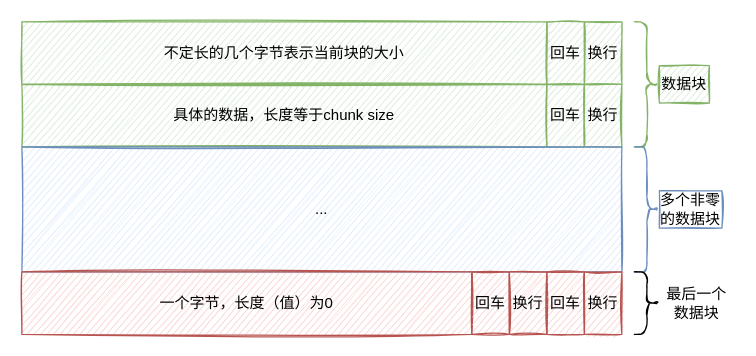
Earlier version of the draw.io diagram ck http chunk data.drawio (leonce28/draw-io-img). Source tidied: cells renumbered, new cells numbered last; positions are measured from the earlier drawing's top-left corner, leaving out a move shared by most shapes. Both pictures are drawn from the tidied source at 125%, with x=0, y=0 at pixel (21, 21).
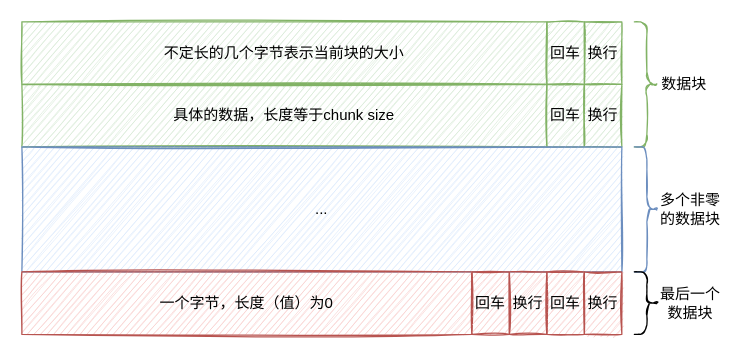
Above is the later version.

The edit, as a diff of the source:
```diff
@@
 <mxGraphModel>
   <root>
     <mxCell id="0" />
     <mxCell id="1" parent="0" />
     <mxCell id="2" value="不定长的几个字节表示当前块的大小" style="rounded=0;whiteSpace=wrap;html=1;fillStyle=auto;fillColor=#d5e8d4;gradientDirection=north;sketch=1;strokeColor=#82b366;" parent="1" vertex="1">
       <mxGeometry width="420" height="50" as="geometry" />
     </mxCell>
     <mxCell id="3" value="具体的数据，长度等于chunk size" style="rounded=0;whiteSpace=wrap;html=1;fillStyle=auto;fillColor=#d5e8d4;gradientDirection=north;sketch=1;strokeColor=#82b366;" parent="1" vertex="1">
       <mxGeometry y="50" width="420" height="50" as="geometry" />
     </mxCell>
     <mxCell id="4" value="回车" style="rounded=0;whiteSpace=wrap;html=1;fillStyle=auto;fillColor=#d5e8d4;gradientDirection=north;sketch=1;strokeColor=#82b366;" parent="1" vertex="1">
       <mxGeometry x="420" y="50" width="30" height="50" as="geometry" />
     </mxCell>
     <mxCell id="5" value="换行" style="rounded=0;whiteSpace=wrap;html=1;fillStyle=auto;fillColor=#d5e8d4;gradientDirection=north;sketch=1;strokeColor=#82b366;" parent="1" vertex="1">
       <mxGeometry x="450" y="50" width="30" height="50" as="geometry" />
     </mxCell>
     <mxCell id="6" value="..." style="rounded=0;whiteSpace=wrap;html=1;fillStyle=auto;fillColor=#dae8fc;gradientDirection=north;sketch=1;strokeColor=#6c8ebf;" parent="1" vertex="1">
       <mxGeometry y="100" width="480" height="100" as="geometry" />
     </mxCell>
     <mxCell id="7" value="回车" style="rounded=0;whiteSpace=wrap;html=1;fillStyle=auto;fillColor=#d5e8d4;gradientDirection=north;sketch=1;strokeColor=#82b366;" parent="1" vertex="1">
       <mxGeometry x="420" width="30" height="50" as="geometry" />
     </mxCell>
     <mxCell id="8" value="换行" style="rounded=0;whiteSpace=wrap;html=1;fillStyle=auto;fillColor=#d5e8d4;gradientDirection=north;sketch=1;strokeColor=#82b366;" parent="1" vertex="1">
       <mxGeometry x="450" width="30" height="50" as="geometry" />
     </mxCell>
     <mxCell id="9" value="一个字节，长度（值）为0" style="rounded=0;whiteSpace=wrap;html=1;fillStyle=auto;fillColor=#f8cecc;gradientDirection=north;sketch=1;strokeColor=#b85450;" parent="1" vertex="1">
       <mxGeometry y="200" width="360" height="50" as="geometry" />
     </mxCell>
     <mxCell id="10" value="回车" style="rounded=0;whiteSpace=wrap;html=1;fillStyle=auto;fillColor=#f8cecc;gradientDirection=north;sketch=1;strokeColor=#b85450;" parent="1" vertex="1">
       <mxGeometry x="420" y="200" width="30" height="50" as="geometry" />
     </mxCell>
     <mxCell id="11" value="换行" style="rounded=0;whiteSpace=wrap;html=1;fillStyle=auto;fillColor=#f8cecc;gradientDirection=north;sketch=1;strokeColor=#b85450;" parent="1" vertex="1">
       <mxGeometry x="450" y="200" width="30" height="50" as="geometry" />
     </mxCell>
     <mxCell id="12" value="回车" style="rounded=0;whiteSpace=wrap;html=1;fillStyle=auto;fillColor=#f8cecc;gradientDirection=north;sketch=1;strokeColor=#b85450;" parent="1" vertex="1">
       <mxGeometry x="360" y="200" width="30" height="50" as="geometry" />
     </mxCell>
     <mxCell id="13" value="换行" style="rounded=0;whiteSpace=wrap;html=1;fillStyle=auto;fillColor=#f8cecc;gradientDirection=north;sketch=1;strokeColor=#b85450;" parent="1" vertex="1">
       <mxGeometry x="390" y="200" width="30" height="50" as="geometry" />
     </mxCell>
     <mxCell id="14" style="shape=curlyBracket;whiteSpace=wrap;html=1;rounded=1;flipH=1;sketch=1;fillColor=#d5e8d4;strokeColor=#82b366;" parent="1" vertex="1">
       <mxGeometry x="490" width="20" height="100" as="geometry" />
     </mxCell>
-    <mxCell id="15" value="数据块" style="text;html=1;strokeColor=#82b366;fillColor=#d5e8d4;align=center;verticalAlign=middle;whiteSpace=wrap;rounded=0;sketch=1;" parent="1" vertex="1">
+    <mxCell id="15" value="数据块" style="text;html=1;strokeColor=none;fillColor=none;align=center;verticalAlign=middle;whiteSpace=wrap;rounded=0;sketch=1;" parent="1" vertex="1">
       <mxGeometry x="510" y="35" width="40" height="30" as="geometry" />
     </mxCell>
     <mxCell id="16" style="shape=curlyBracket;whiteSpace=wrap;html=1;rounded=1;flipH=1;sketch=1;fillColor=#dae8fc;strokeColor=#6c8ebf;" parent="1" vertex="1">
       <mxGeometry x="490" y="100" width="20" height="100" as="geometry" />
     </mxCell>
-    <mxCell id="17" value="多个非零&lt;br&gt;的数据块" style="text;html=1;strokeColor=#6c8ebf;fillColor=none;align=center;verticalAlign=middle;whiteSpace=wrap;rounded=0;sketch=1;" parent="1" vertex="1">
+    <mxCell id="17" value="多个非零&lt;br&gt;的数据块" style="text;html=1;strokeColor=none;fillColor=none;align=center;verticalAlign=middle;whiteSpace=wrap;rounded=0;sketch=1;" parent="1" vertex="1">
       <mxGeometry x="510" y="135" width="50" height="30" as="geometry" />
     </mxCell>
     <mxCell id="18" style="shape=curlyBracket;whiteSpace=wrap;html=1;rounded=1;flipH=1;sketch=1;fillColor=default;gradientColor=none;" parent="1" vertex="1">
       <mxGeometry x="490" y="200" width="20" height="50" as="geometry" />
     </mxCell>
     <mxCell id="19" value="最后一个&lt;br&gt;数据块" style="text;html=1;strokeColor=none;fillColor=none;align=center;verticalAlign=middle;whiteSpace=wrap;rounded=0;sketch=1;" parent="1" vertex="1">
-      <mxGeometry x="510" y="210" width="60" height="30" as="geometry" />
+      <mxGeometry x="505" y="210" width="60" height="30" as="geometry" />
     </mxCell>
   </root>
 </mxGraphModel>
```
